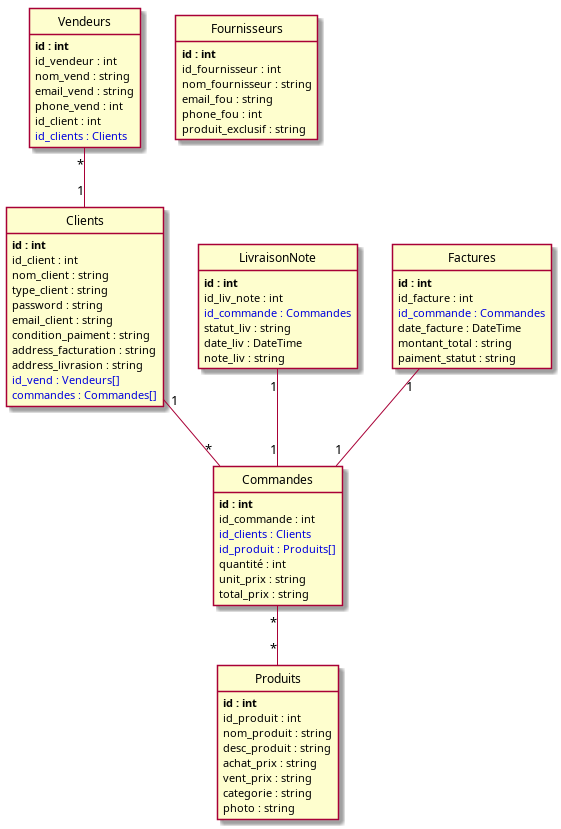
NasiraNaiby/sf_green_village_v2 keeps this PlantUML diagram as puml/index.png. Above is the earlier version. Its source is kept beside it as puml/index.puml. The source it was exported from:
```plantuml
@startuml
class Vendeurs {
	**id : int**
	id_vendeur : int
	nom_vend : string
	email_vend : string
	phone_vend : int
	id_client : int
	<color:#0000dd>id_clients : Clients</color>
}

class Produits {
	**id : int**
	id_produit : int
	nom_produit : string
	desc_produit : string
	achat_prix : string
	vent_prix : string
	categorie : string
	photo : string
}

class LivraisonNote {
	**id : int**
	id_liv_note : int
	<color:#0000dd>id_commande : Commandes</color>
	statut_liv : string
	date_liv : DateTime
	note_liv : string
}

class Clients {
	**id : int**
	id_client : int
	nom_client : string
	type_client : string
	password : string
	email_client : string
	condition_paiment : string
	address_facturation : string
	address_livrasion : string
	<color:#0000dd>id_vend : Vendeurs[]</color>
	<color:#0000dd>commandes : Commandes[]</color>
}

class Factures {
	**id : int**
	id_facture : int
	<color:#0000dd>id_commande : Commandes</color>
	date_facture : DateTime
	montant_total : string
	paiment_statut : string
}

class Fournisseurs {
	**id : int**
	id_fournisseur : int
	nom_fournisseur : string
	email_fou : string
	phone_fou : int
	produit_exclusif : string
}

class Commandes {
	**id : int**
	id_commande : int
	<color:#0000dd>id_clients : Clients</color>
	<color:#0000dd>id_produit : Produits[]</color>
	quantité : int
	unit_prix : string
	total_prix : string
}

Vendeurs "*"--"1" Clients
LivraisonNote "1"--"1" Commandes
Clients "1"--"*" Commandes
Factures "1"--"1" Commandes
Commandes "*"--"*" Produits


hide methods

hide circle

@enduml
```
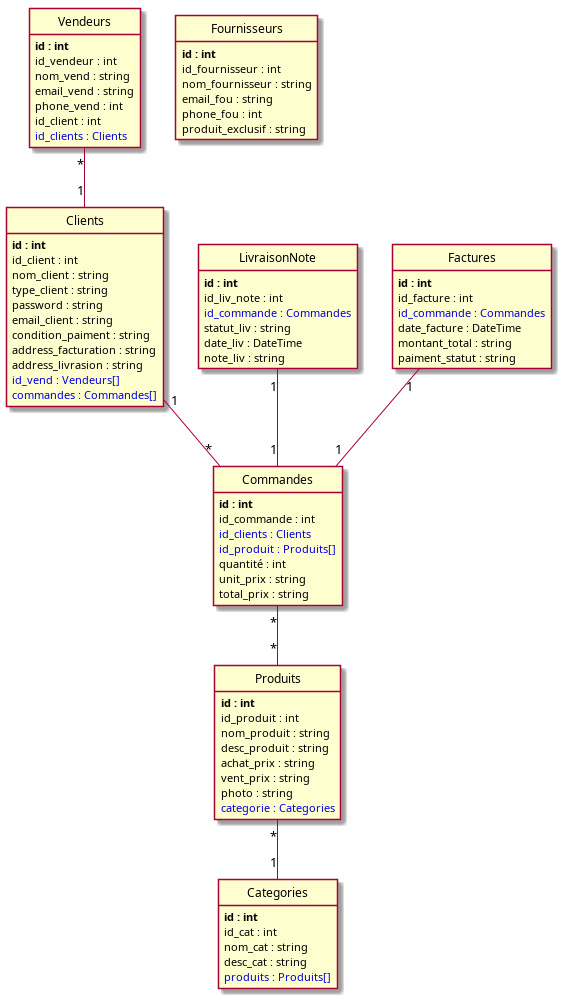
Later version of the same file.

Commit message:
categorie entity added and the relationship updated to the produit entity

What changed in the source:
```diff
@@ -16,8 +16,8 @@
 	desc_produit : string
 	achat_prix : string
 	vent_prix : string
-	categorie : string
 	photo : string
+	<color:#0000dd>categorie : Categories</color>
 }
 
 class LivraisonNote {
@@ -61,6 +61,14 @@
 	produit_exclusif : string
 }
 
+class Categories {
+	**id : int**
+	id_cat : int
+	nom_cat : string
+	desc_cat : string
+	<color:#0000dd>produits : Produits[]</color>
+}
+
 class Commandes {
 	**id : int**
 	id_commande : int
@@ -72,6 +80,7 @@
 }
 
 Vendeurs "*"--"1" Clients
+Produits "*"--"1" Categories
 LivraisonNote "1"--"1" Commandes
 Clients "1"--"*" Commandes
 Factures "1"--"1" Commandes
```
